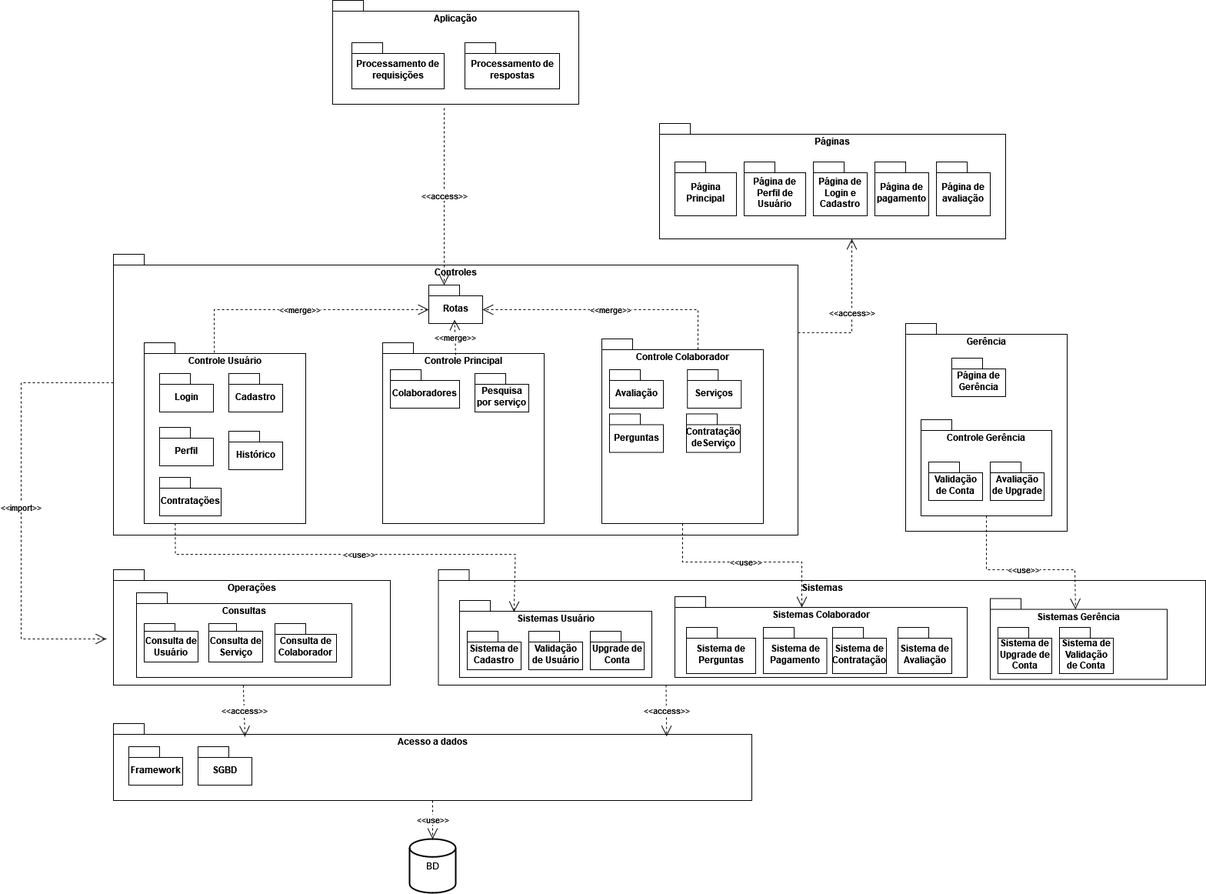
Earlier version of the draw.io export diagrama_de_pacotes.png (lfarodrigues/pet-hub-rs). Source tidied: cells renumbered, new cells last; positions are measured from the earlier drawing's top-left corner, leaving out a move shared by most shapes.
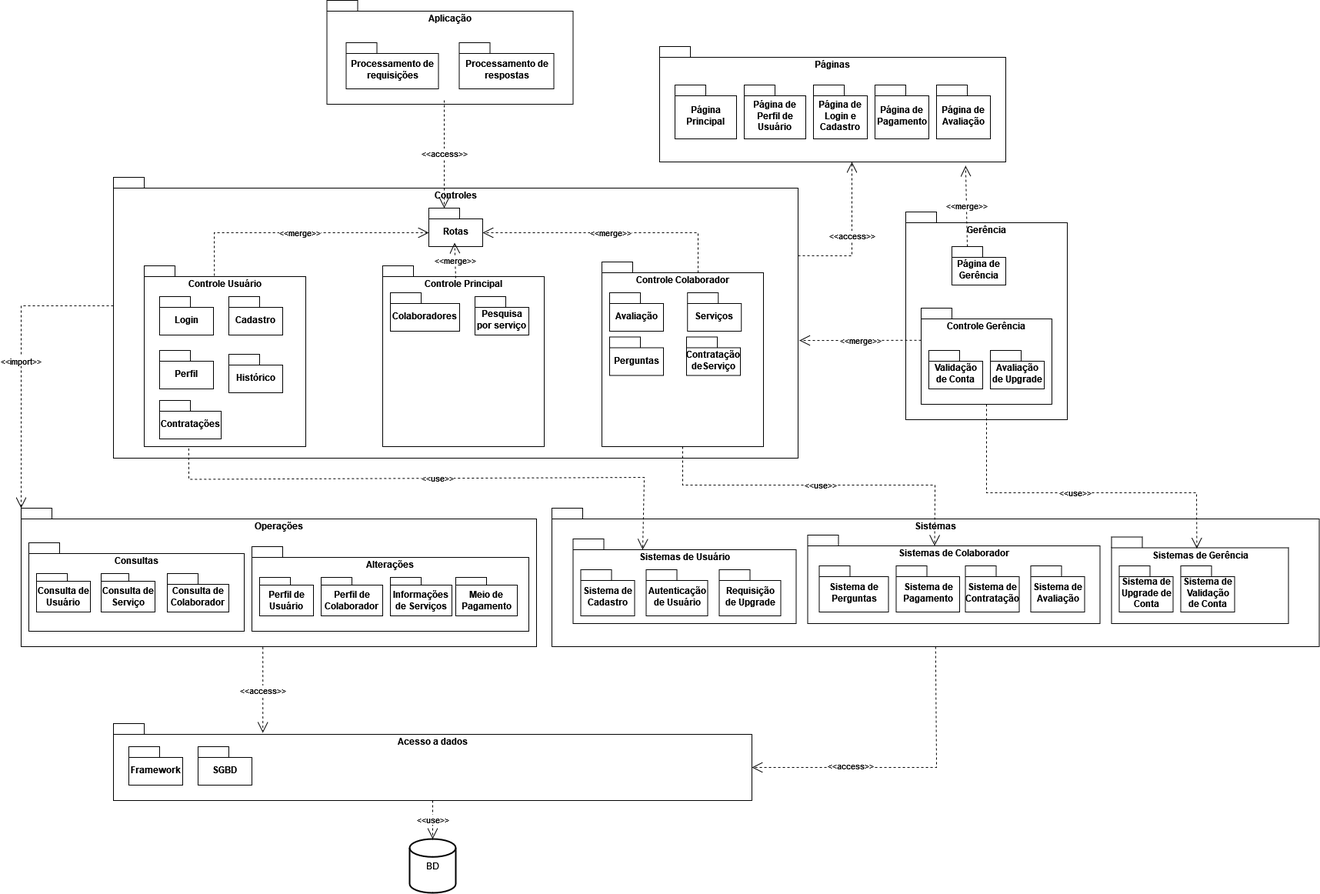
The same file after the commit.

What changed in the source:
```diff
@@ -5,12 +5,12 @@
     <mxCell id="2" value="Aplicação" style="shape=folder;fontStyle=1;spacingTop=10;tabWidth=40;tabHeight=14;tabPosition=left;html=1;whiteSpace=wrap;verticalAlign=top;" parent="1" vertex="1">
-      <mxGeometry x="405" width="320" height="135" as="geometry" />
+      <mxGeometry x="397.5" y="100" width="320" height="135" as="geometry" />
     </mxCell>
     <mxCell id="3" value="Sistemas" style="shape=folder;fontStyle=1;spacingTop=10;tabWidth=40;tabHeight=14;tabPosition=left;html=1;whiteSpace=wrap;verticalAlign=top;" parent="1" vertex="1">
-      <mxGeometry x="542.5" y="740" width="997.5" height="150" as="geometry" />
+      <mxGeometry x="690" y="760" width="997.5" height="180" as="geometry" />
     </mxCell>
-    <mxCell id="4" value="&lt;div&gt;Sistemas Colaborador&lt;/div&gt;" style="shape=folder;fontStyle=1;spacingTop=10;tabWidth=40;tabHeight=14;tabPosition=left;html=1;whiteSpace=wrap;verticalAlign=top;" parent="1" vertex="1">
-      <mxGeometry x="850" y="775" width="380" height="105" as="geometry" />
+    <mxCell id="4" value="&lt;div&gt;Sistemas de Colaborador&lt;/div&gt;" style="shape=folder;fontStyle=1;spacingTop=10;tabWidth=40;tabHeight=14;tabPosition=left;html=1;whiteSpace=wrap;verticalAlign=top;" parent="1" vertex="1">
+      <mxGeometry x="1022.5" y="795" width="380" height="115" as="geometry" />
     </mxCell>
-    <mxCell id="5" value="Sistemas Usuário" style="shape=folder;fontStyle=1;spacingTop=10;tabWidth=40;tabHeight=14;tabPosition=left;html=1;whiteSpace=wrap;verticalAlign=top;" parent="1" vertex="1">
-      <mxGeometry x="570" y="780" width="250" height="100" as="geometry" />
+    <mxCell id="5" value="Sistemas de Usuário" style="shape=folder;fontStyle=1;spacingTop=10;tabWidth=40;tabHeight=14;tabPosition=left;html=1;whiteSpace=wrap;verticalAlign=top;" parent="1" vertex="1">
+      <mxGeometry x="717.5" y="800" width="290" height="110" as="geometry" />
     </mxCell>
@@ -32,6 +32,6 @@
     <mxCell id="11" value="Processamento de requisições" style="shape=folder;fontStyle=1;spacingTop=10;tabWidth=40;tabHeight=14;tabPosition=left;html=1;whiteSpace=wrap;align=center;horizontal=1;verticalAlign=middle;" parent="1" vertex="1">
-      <mxGeometry x="430" y="55" width="120" height="60" as="geometry" />
+      <mxGeometry x="422.5" y="155" width="120" height="60" as="geometry" />
     </mxCell>
-    <mxCell id="12" value="Validação de Usuário" style="shape=folder;fontStyle=1;spacingTop=10;tabWidth=40;tabHeight=14;tabPosition=left;html=1;whiteSpace=wrap;" parent="1" vertex="1">
-      <mxGeometry x="660" y="820" width="70" height="50" as="geometry" />
+    <mxCell id="12" value="Autenticação de Usuário" style="shape=folder;fontStyle=1;spacingTop=10;tabWidth=40;tabHeight=14;tabPosition=left;html=1;whiteSpace=wrap;" parent="1" vertex="1">
+      <mxGeometry x="812.5" y="840" width="80" height="60" as="geometry" />
     </mxCell>
@@ -55,6 +55,6 @@
     </mxCell>
-    <mxCell id="19" value="Página de pagamento" style="shape=folder;fontStyle=1;spacingTop=10;tabWidth=40;tabHeight=14;tabPosition=left;html=1;whiteSpace=wrap;" parent="1" vertex="1">
+    <mxCell id="19" value="Página de Pagamento" style="shape=folder;fontStyle=1;spacingTop=10;tabWidth=40;tabHeight=14;tabPosition=left;html=1;whiteSpace=wrap;" parent="1" vertex="1">
       <mxGeometry x="1110" y="210" width="70" height="70" as="geometry" />
     </mxCell>
-    <mxCell id="20" value="Página de avaliação" style="shape=folder;fontStyle=1;spacingTop=10;tabWidth=40;tabHeight=14;tabPosition=left;html=1;whiteSpace=wrap;" parent="1" vertex="1">
+    <mxCell id="20" value="Página de Avaliação" style="shape=folder;fontStyle=1;spacingTop=10;tabWidth=40;tabHeight=14;tabPosition=left;html=1;whiteSpace=wrap;" parent="1" vertex="1">
       <mxGeometry x="1190" y="210" width="70" height="70" as="geometry" />
@@ -62,3 +62,3 @@
     <mxCell id="21" value="Sistema de Pagamento" style="shape=folder;fontStyle=1;spacingTop=10;tabWidth=40;tabHeight=14;tabPosition=left;html=1;whiteSpace=wrap;" parent="1" vertex="1">
-      <mxGeometry x="965" y="815" width="82.5" height="60" as="geometry" />
+      <mxGeometry x="1137.5" y="835" width="82.5" height="60" as="geometry" />
     </mxCell>
@@ -68,3 +68,3 @@
     <mxCell id="23" value="Sistema de Contratação" style="shape=folder;fontStyle=1;spacingTop=10;tabWidth=40;tabHeight=14;tabPosition=left;html=1;whiteSpace=wrap;" parent="1" vertex="1">
-      <mxGeometry x="1055" y="815" width="70" height="60" as="geometry" />
+      <mxGeometry x="1227.5" y="835" width="70" height="60" as="geometry" />
     </mxCell>
@@ -74,3 +74,3 @@
     <mxCell id="25" value="BD" style="strokeWidth=2;html=1;shape=mxgraph.flowchart.database;whiteSpace=wrap;" parent="1" vertex="1">
-      <mxGeometry x="505" y="1090" width="60" height="70" as="geometry" />
+      <mxGeometry x="505" y="1190" width="60" height="70" as="geometry" />
     </mxCell>
@@ -88,5 +88,2 @@
     </mxCell>
-    <mxCell id="30" value="Upgrade de Conta" style="shape=folder;fontStyle=1;spacingTop=10;tabWidth=40;tabHeight=14;tabPosition=left;html=1;whiteSpace=wrap;" parent="1" vertex="1">
-      <mxGeometry x="740" y="820" width="70" height="50" as="geometry" />
-    </mxCell>
     <mxCell id="31" value="Perguntas" style="shape=folder;fontStyle=1;spacingTop=10;tabWidth=40;tabHeight=14;tabPosition=left;html=1;whiteSpace=wrap;" parent="1" vertex="1">
@@ -95,6 +92,6 @@
     <mxCell id="32" value="Sistema de Perguntas" style="shape=folder;fontStyle=1;spacingTop=10;tabWidth=40;tabHeight=14;tabPosition=left;html=1;whiteSpace=wrap;" parent="1" vertex="1">
-      <mxGeometry x="865" y="815" width="90" height="60" as="geometry" />
+      <mxGeometry x="1037.5" y="835" width="90" height="60" as="geometry" />
     </mxCell>
     <mxCell id="33" value="Operações" style="shape=folder;fontStyle=1;spacingTop=10;tabWidth=40;tabHeight=14;tabPosition=left;html=1;whiteSpace=wrap;verticalAlign=top;" parent="1" vertex="1">
-      <mxGeometry x="120" y="740" width="360" height="150" as="geometry" />
+      <mxGeometry y="760" width="670" height="180" as="geometry" />
     </mxCell>
@@ -104,49 +101,49 @@
     <mxCell id="35" value="Sistema de Cadastro" style="shape=folder;fontStyle=1;spacingTop=10;tabWidth=40;tabHeight=14;tabPosition=left;html=1;whiteSpace=wrap;" parent="1" vertex="1">
-      <mxGeometry x="580" y="820" width="70" height="50" as="geometry" />
+      <mxGeometry x="727.5" y="840" width="70" height="60" as="geometry" />
     </mxCell>
     <mxCell id="36" value="&lt;div&gt;Gerência&lt;/div&gt;" style="shape=folder;fontStyle=1;spacingTop=10;tabWidth=40;tabHeight=14;tabPosition=left;html=1;whiteSpace=wrap;verticalAlign=top;" parent="1" vertex="1">
-      <mxGeometry x="1150" y="420" width="210" height="270" as="geometry" />
+      <mxGeometry x="1150" y="375" width="210" height="270" as="geometry" />
     </mxCell>
     <mxCell id="37" value="Acesso a dados" style="shape=folder;fontStyle=1;spacingTop=10;tabWidth=40;tabHeight=14;tabPosition=left;html=1;whiteSpace=wrap;verticalAlign=top;" parent="1" vertex="1">
-      <mxGeometry x="120" y="940" width="830" height="100" as="geometry" />
+      <mxGeometry x="120" y="1040" width="830" height="100" as="geometry" />
     </mxCell>
     <mxCell id="38" value="Framework" style="shape=folder;fontStyle=1;spacingTop=10;tabWidth=40;tabHeight=14;tabPosition=left;html=1;whiteSpace=wrap;" parent="1" vertex="1">
-      <mxGeometry x="140" y="970" width="70" height="50" as="geometry" />
+      <mxGeometry x="140" y="1070" width="70" height="50" as="geometry" />
     </mxCell>
     <mxCell id="39" value="SGBD" style="shape=folder;fontStyle=1;spacingTop=10;tabWidth=40;tabHeight=14;tabPosition=left;html=1;whiteSpace=wrap;" parent="1" vertex="1">
-      <mxGeometry x="230" y="970" width="70" height="50" as="geometry" />
+      <mxGeometry x="230" y="1070" width="70" height="50" as="geometry" />
     </mxCell>
     <mxCell id="40" value="Página de Gerência" style="shape=folder;fontStyle=1;spacingTop=10;tabWidth=40;tabHeight=14;tabPosition=left;html=1;whiteSpace=wrap;" parent="1" vertex="1">
-      <mxGeometry x="1210" y="465" width="70" height="50" as="geometry" />
+      <mxGeometry x="1210" y="420" width="70" height="50" as="geometry" />
     </mxCell>
     <mxCell id="41" value="Controle Gerência" style="shape=folder;fontStyle=1;spacingTop=10;tabWidth=40;tabHeight=14;tabPosition=left;html=1;whiteSpace=wrap;verticalAlign=top;" parent="1" vertex="1">
-      <mxGeometry x="1170" y="545" width="170" height="125" as="geometry" />
+      <mxGeometry x="1170" y="500" width="170" height="125" as="geometry" />
     </mxCell>
     <mxCell id="42" value="Validação de Conta" style="shape=folder;fontStyle=1;spacingTop=10;tabWidth=40;tabHeight=14;tabPosition=left;html=1;whiteSpace=wrap;" parent="1" vertex="1">
-      <mxGeometry x="1180" y="600" width="70" height="50" as="geometry" />
+      <mxGeometry x="1180" y="555" width="70" height="50" as="geometry" />
     </mxCell>
     <mxCell id="43" value="Avaliação de Upgrade" style="shape=folder;fontStyle=1;spacingTop=10;tabWidth=40;tabHeight=14;tabPosition=left;html=1;whiteSpace=wrap;" parent="1" vertex="1">
-      <mxGeometry x="1260" y="600" width="70" height="50" as="geometry" />
+      <mxGeometry x="1260" y="555" width="70" height="50" as="geometry" />
     </mxCell>
     <mxCell id="44" value="Consultas" style="shape=folder;fontStyle=1;spacingTop=10;tabWidth=40;tabHeight=14;tabPosition=left;html=1;whiteSpace=wrap;verticalAlign=top;" parent="1" vertex="1">
-      <mxGeometry x="150" y="770" width="280" height="110" as="geometry" />
+      <mxGeometry x="10" y="805" width="280" height="115" as="geometry" />
     </mxCell>
     <mxCell id="45" value="Consulta de Usuário" style="shape=folder;fontStyle=1;spacingTop=10;tabWidth=40;tabHeight=10;tabPosition=left;html=1;whiteSpace=wrap;" parent="1" vertex="1">
-      <mxGeometry x="160" y="810" width="70" height="50" as="geometry" />
+      <mxGeometry x="20" y="845" width="70" height="50" as="geometry" />
     </mxCell>
     <mxCell id="46" value="Consulta de Serviço" style="shape=folder;fontStyle=1;spacingTop=10;tabWidth=36;tabHeight=10;tabPosition=left;html=1;whiteSpace=wrap;" parent="1" vertex="1">
-      <mxGeometry x="244" y="810" width="70" height="50" as="geometry" />
+      <mxGeometry x="104" y="845" width="70" height="50" as="geometry" />
     </mxCell>
     <mxCell id="47" value="Consulta de Colaborador" style="shape=folder;fontStyle=1;spacingTop=10;tabWidth=40;tabHeight=14;tabPosition=left;html=1;whiteSpace=wrap;" parent="1" vertex="1">
-      <mxGeometry x="330" y="810" width="80" height="50" as="geometry" />
+      <mxGeometry x="190" y="845" width="80" height="50" as="geometry" />
     </mxCell>
-    <mxCell id="48" value="&amp;lt;&amp;lt;access&amp;gt;&amp;gt;" style="endArrow=open;endSize=12;dashed=1;html=1;rounded=0;exitX=0.469;exitY=1.003;exitDx=0;exitDy=0;exitPerimeter=0;entryX=0.206;entryY=0.17;entryDx=0;entryDy=0;entryPerimeter=0;" parent="1" edge="1" source="33" target="37">
+    <mxCell id="48" value="&amp;lt;&amp;lt;access&amp;gt;&amp;gt;" style="endArrow=open;endSize=12;dashed=1;html=1;rounded=0;exitX=0.469;exitY=1.003;exitDx=0;exitDy=0;exitPerimeter=0;entryX=0.234;entryY=0.12;entryDx=0;entryDy=0;entryPerimeter=0;" parent="1" edge="1" source="33" target="37">
       <mxGeometry relative="1" as="geometry" />
     </mxCell>
-    <mxCell id="49" value="&amp;lt;&amp;lt;use&amp;gt;&amp;gt;" style="endArrow=open;endSize=12;dashed=1;html=1;rounded=0;entryX=0.513;entryY=0.15;entryDx=0;entryDy=0;entryPerimeter=0;exitX=0.192;exitY=0.999;exitDx=0;exitDy=0;exitPerimeter=0;" parent="1" edge="1" source="7">
+    <mxCell id="49" value="&amp;lt;&amp;lt;use&amp;gt;&amp;gt;" style="endArrow=open;endSize=12;dashed=1;html=1;rounded=0;entryX=0.312;entryY=0.127;entryDx=0;entryDy=0;entryPerimeter=0;exitX=0.192;exitY=0.999;exitDx=0;exitDy=0;exitPerimeter=0;" parent="1" edge="1" target="5">
       <mxGeometry relative="1" as="geometry">
-        <mxPoint x="640.8" y="795" as="targetPoint" />
+        <mxPoint x="217.8" y="682.3" as="sourcePoint" />
         <Array as="points">
-          <mxPoint x="200.5" y="720" />
-          <mxPoint x="642.5" y="720" />
+          <mxPoint x="218" y="722.5" />
+          <mxPoint x="810" y="720" />
         </Array>
@@ -159,3 +156,3 @@
           <mxPoint x="860" y="730" />
-          <mxPoint x="1015" y="730" />
+          <mxPoint x="1188" y="730" />
         </Array>
@@ -164,3 +161,3 @@
     <mxCell id="51" value="Sistema de Avaliação" style="shape=folder;fontStyle=1;spacingTop=10;tabWidth=40;tabHeight=14;tabPosition=left;html=1;whiteSpace=wrap;" parent="1" vertex="1">
-      <mxGeometry x="1140" y="815" width="70" height="60" as="geometry" />
+      <mxGeometry x="1312.5" y="835" width="70" height="60" as="geometry" />
     </mxCell>
@@ -169,3 +166,3 @@
     </mxCell>
-    <mxCell id="53" value="&amp;lt;&amp;lt;import&amp;gt;&amp;gt;" style="endArrow=open;endSize=12;dashed=1;html=1;rounded=0;exitX=0;exitY=0;exitDx=0;exitDy=167;exitPerimeter=0;entryX=-0.026;entryY=0.6;entryDx=0;entryDy=0;entryPerimeter=0;" parent="1" edge="1" source="6" target="33">
+    <mxCell id="53" value="&amp;lt;&amp;lt;import&amp;gt;&amp;gt;" style="endArrow=open;endSize=12;dashed=1;html=1;rounded=0;exitX=0;exitY=0;exitDx=0;exitDy=167;exitPerimeter=0;entryX=0;entryY=0;entryDx=0;entryDy=0;entryPerimeter=0;" parent="1" edge="1" source="6" target="33">
       <mxGeometry relative="1" as="geometry">
@@ -173,3 +170,2 @@
           <mxPoint y="497" />
-          <mxPoint y="830" />
         </Array>
@@ -177,6 +173,7 @@
     </mxCell>
-    <mxCell id="54" value="&amp;lt;&amp;lt;access&amp;gt;&amp;gt;" style="endArrow=open;endSize=12;dashed=1;html=1;rounded=0;exitX=0.5;exitY=1;exitDx=0;exitDy=0;exitPerimeter=0;entryX=0.666;entryY=0.166;entryDx=0;entryDy=0;entryPerimeter=0;" parent="1" edge="1">
-      <mxGeometry relative="1" as="geometry">
-        <mxPoint x="838.5" y="890" as="sourcePoint" />
-        <mxPoint x="839.2" y="956.6" as="targetPoint" />
+    <mxCell id="54" value="&amp;lt;&amp;lt;access&amp;gt;&amp;gt;" style="endArrow=open;endSize=12;dashed=1;html=1;rounded=0;exitX=0.5;exitY=1;exitDx=0;exitDy=0;exitPerimeter=0;entryX=0;entryY=0;entryDx=830;entryDy=57;entryPerimeter=0;" parent="1" edge="1" source="3" target="37">
+      <mxGeometry x="0.36" y="-2" relative="1" as="geometry">
+        <Array as="points">
+          <mxPoint x="1190" y="1097" />
+        </Array>
       </mxGeometry>
@@ -184,3 +181,3 @@
     <mxCell id="55" value="Processamento de respostas" style="shape=folder;fontStyle=1;spacingTop=10;tabWidth=40;tabHeight=14;tabPosition=left;html=1;whiteSpace=wrap;" parent="1" vertex="1">
-      <mxGeometry x="577" y="55" width="123" height="60" as="geometry" />
+      <mxGeometry x="569.5" y="155" width="123" height="60" as="geometry" />
     </mxCell>
@@ -188,3 +185,3 @@
       <mxGeometry x="-0.01" relative="1" as="geometry">
-        <mxPoint x="550" y="140" as="sourcePoint" />
+        <mxPoint x="550" y="230" as="sourcePoint" />
       </mxGeometry>
@@ -221,10 +218,10 @@
     </mxCell>
-    <mxCell id="62" value="&lt;div&gt;Sistemas Gerência&lt;/div&gt;" style="shape=folder;fontStyle=1;spacingTop=10;tabWidth=40;tabHeight=14;tabPosition=left;html=1;whiteSpace=wrap;verticalAlign=top;" parent="1" vertex="1">
-      <mxGeometry x="1260" y="777.5" width="230" height="105" as="geometry" />
+    <mxCell id="62" value="&lt;div&gt;Sistemas de Gerência&lt;/div&gt;" style="shape=folder;fontStyle=1;spacingTop=10;tabWidth=40;tabHeight=14;tabPosition=left;html=1;whiteSpace=wrap;verticalAlign=top;" parent="1" vertex="1">
+      <mxGeometry x="1417.5" y="797.5" width="230" height="112.5" as="geometry" />
     </mxCell>
     <mxCell id="63" value="Sistema de Upgrade de Conta" style="shape=folder;fontStyle=1;spacingTop=10;tabWidth=40;tabHeight=14;tabPosition=left;html=1;whiteSpace=wrap;" parent="1" vertex="1">
-      <mxGeometry x="1270" y="815" width="70" height="60" as="geometry" />
+      <mxGeometry x="1427.5" y="835" width="70" height="60" as="geometry" />
     </mxCell>
     <mxCell id="64" value="Sistema de Validação de Conta" style="shape=folder;fontStyle=1;spacingTop=10;tabWidth=40;tabHeight=14;tabPosition=left;html=1;whiteSpace=wrap;" parent="1" vertex="1">
-      <mxGeometry x="1350" y="815" width="70" height="60" as="geometry" />
+      <mxGeometry x="1507.5" y="835" width="70" height="60" as="geometry" />
     </mxCell>
@@ -234,3 +231,3 @@
           <mxPoint x="1255" y="740" />
-          <mxPoint x="1370" y="740" />
+          <mxPoint x="1528" y="740" />
         </Array>
@@ -238,2 +235,26 @@
     </mxCell>
+    <mxCell id="66" value="Requisição de Upgrade" style="shape=folder;fontStyle=1;spacingTop=10;tabWidth=40;tabHeight=14;tabPosition=left;html=1;whiteSpace=wrap;" parent="1" vertex="1">
+      <mxGeometry x="907.5" y="840" width="80" height="60" as="geometry" />
+    </mxCell>
+    <mxCell id="67" value="Alterações" style="shape=folder;fontStyle=1;spacingTop=10;tabWidth=40;tabHeight=14;tabPosition=left;html=1;whiteSpace=wrap;verticalAlign=top;" parent="1" vertex="1">
+      <mxGeometry x="300" y="810" width="360" height="110" as="geometry" />
+    </mxCell>
+    <mxCell id="68" value="Perfil de Usuário" style="shape=folder;fontStyle=1;spacingTop=10;tabWidth=40;tabHeight=10;tabPosition=left;html=1;whiteSpace=wrap;" parent="1" vertex="1">
+      <mxGeometry x="310" y="850" width="70" height="50" as="geometry" />
+    </mxCell>
+    <mxCell id="69" value="Perfil de Colaborador" style="shape=folder;fontStyle=1;spacingTop=10;tabWidth=40;tabHeight=10;tabPosition=left;html=1;whiteSpace=wrap;" parent="1" vertex="1">
+      <mxGeometry x="390" y="850" width="80" height="50" as="geometry" />
+    </mxCell>
+    <mxCell id="70" value="Informações de Serviços" style="shape=folder;fontStyle=1;spacingTop=10;tabWidth=40;tabHeight=10;tabPosition=left;html=1;whiteSpace=wrap;" parent="1" vertex="1">
+      <mxGeometry x="480" y="850" width="80" height="50" as="geometry" />
+    </mxCell>
+    <mxCell id="71" value="Meio de Pagamento" style="shape=folder;fontStyle=1;spacingTop=10;tabWidth=40;tabHeight=10;tabPosition=left;html=1;whiteSpace=wrap;" parent="1" vertex="1">
+      <mxGeometry x="565" y="850" width="80" height="50" as="geometry" />
+    </mxCell>
+    <mxCell id="72" value="&amp;lt;&amp;lt;merge&amp;gt;&amp;gt;" style="endArrow=open;endSize=12;dashed=1;html=1;rounded=0;exitX=0;exitY=0;exitDx=0;exitDy=41.75;exitPerimeter=0;entryX=1.002;entryY=0.581;entryDx=0;entryDy=0;entryPerimeter=0;" parent="1" edge="1" source="41" target="6">
+      <mxGeometry relative="1" as="geometry" />
+    </mxCell>
+    <mxCell id="73" value="&amp;lt;&amp;lt;merge&amp;gt;&amp;gt;" style="endArrow=open;endSize=12;dashed=1;html=1;rounded=0;exitX=0;exitY=0;exitDx=20;exitDy=0;exitPerimeter=0;entryX=0.884;entryY=1.033;entryDx=0;entryDy=0;entryPerimeter=0;" parent="1" edge="1" source="40" target="15">
+      <mxGeometry relative="1" as="geometry" />
+    </mxCell>
   </root>
```
